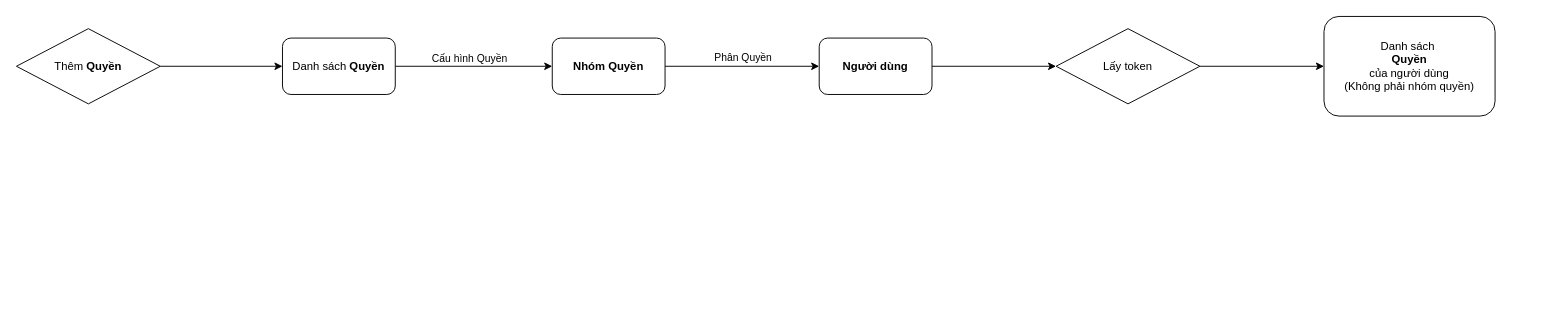
Before: dynamic-category.drawio in mitgaming/drawio, a draw.io diagram. Source tidied: cells renumbered, new cells numbered last; positions are measured from the earlier drawing's top-left corner, leaving out a move shared by most shapes. Both pictures are drawn from the tidied source at 94%, with x=0, y=0 at pixel (16, 16).
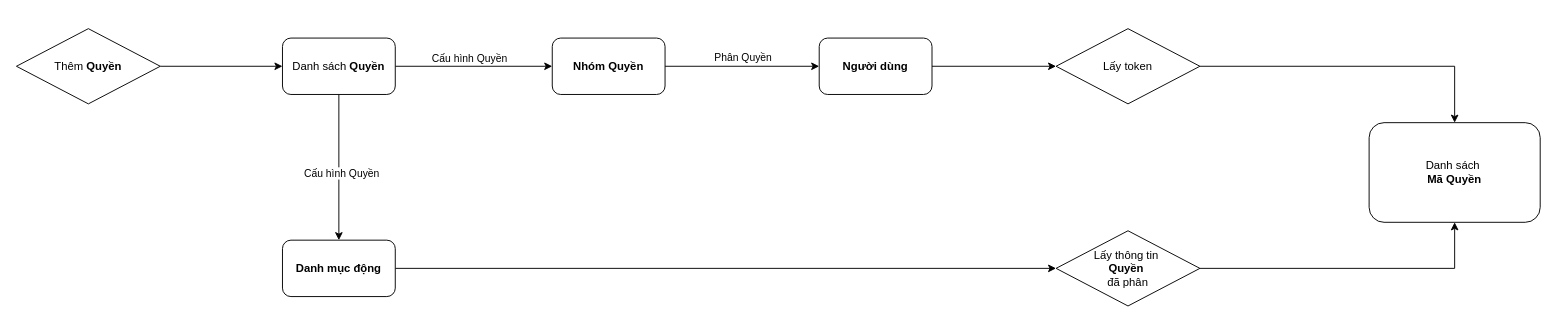
After the change.

Commit message (it also covers changes not shown here):
Cập nhật dynamic-category.drawio

The change refers to these unchanged cells:
```xml
<mxCell id="4" value="Danh sách &lt;b&gt;Quyền&lt;/b&gt;" style="rounded=1;whiteSpace=wrap;html=1;fillColor=default;" parent="1" vertex="1">
  <mxGeometry x="283" y="23" width="120" height="60" as="geometry" />
</mxCell>
```

Diff of the diagram source:
```diff
@@
+    <mxCell id="15" style="edgeStyle=orthogonalEdgeStyle;rounded=0;jettySize=auto;html=1;" parent="1" edge="1" source="4" target="17">
+      <mxGeometry relative="1" as="geometry" />
+    </mxCell>
@@
-    <mxCell id="14" value="Danh sách&amp;nbsp;&lt;br&gt;&lt;b&gt;Quyền&lt;/b&gt;&lt;br&gt;của người dùng&lt;br&gt;(Không phải nhóm quyền)" style="rounded=1;whiteSpace=wrap;html=1;" parent="1" vertex="1">
-      <mxGeometry x="1391" width="182" height="106" as="geometry" />
+    <mxCell id="14" value="Danh sách&amp;nbsp;&lt;br&gt;&lt;b&gt;Mã Quyền&lt;/b&gt;" style="rounded=1;whiteSpace=wrap;html=1;" parent="1" vertex="1">
+      <mxGeometry x="1439" y="113" width="182" height="106" as="geometry" />
     </mxCell>
+    <mxCell id="16" style="edgeStyle=orthogonalEdgeStyle;rounded=0;jettySize=auto;html=1;" parent="1" edge="1" source="17" target="20">
+      <mxGeometry relative="1" as="geometry" />
+    </mxCell>
+    <mxCell id="17" value="&lt;b&gt;Danh mục động&lt;/b&gt;" style="rounded=1;whiteSpace=wrap;html=1;fillColor=default;" parent="1" vertex="1">
+      <mxGeometry x="283" y="238" width="120" height="60" as="geometry" />
+    </mxCell>
+    <mxCell id="18" value="Cấu hình Quyền" style="edgeLabel;html=1;align=center;verticalAlign=middle;" parent="1" vertex="1">
+      <mxGeometry x="345" y="166" as="geometry" />
+    </mxCell>
+    <mxCell id="19" style="edgeStyle=orthogonalEdgeStyle;rounded=0;jettySize=auto;html=1;entryX=0.5;entryY=1;entryDx=0;entryDy=0;" parent="1" edge="1" source="20" target="14">
+      <mxGeometry relative="1" as="geometry" />
+    </mxCell>
+    <mxCell id="20" value="Lấy thông tin&amp;nbsp;&lt;br&gt;&lt;b&gt;Quyền&amp;nbsp;&lt;/b&gt;&lt;br&gt;đã phân" style="rhombus;whiteSpace=wrap;html=1;" parent="1" vertex="1">
+      <mxGeometry x="1106" y="228" width="153" height="80" as="geometry" />
+    </mxCell>
```
